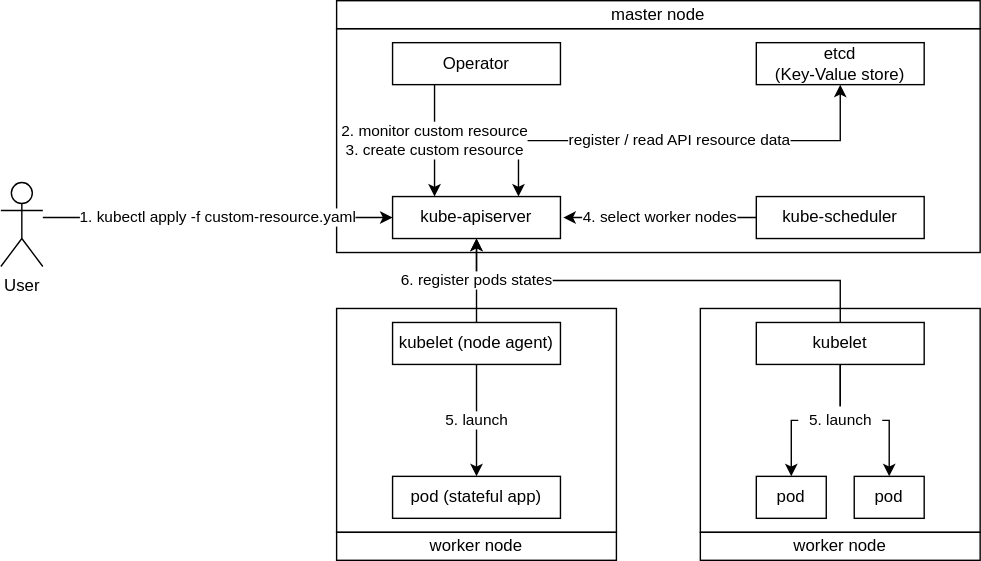
The draw.io diagram Kubernetes/images/operator.drawio.svg in k-makino-jp/sandbox, before a commit. Source tidied: cells renumbered, new cells last; positions are measured from the earlier drawing's top-left corner, leaving out a move shared by most shapes.
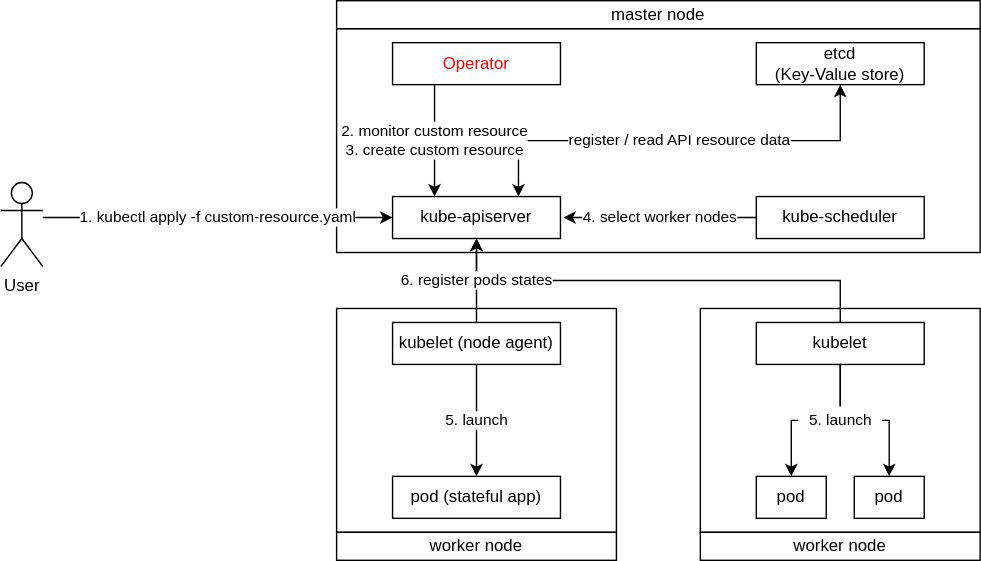
Later version of the same file.

Change to the diagram source:
```diff
@@ -22,7 +22,7 @@
     <mxCell id="7" value="2. monitor custom resource&lt;br&gt;3. create custom resource" style="edgeStyle=orthogonalEdgeStyle;rounded=0;jettySize=auto;html=1;entryX=0.25;entryY=0;entryDx=0;entryDy=0;exitX=0.25;exitY=1;exitDx=0;exitDy=0;" parent="1" edge="1" source="8" target="6">
       <mxGeometry relative="1" as="geometry" />
     </mxCell>
-    <mxCell id="8" value="Operator" style="rounded=0;whiteSpace=wrap;html=1;" parent="1" vertex="1">
+    <mxCell id="8" value="Operator" style="rounded=0;whiteSpace=wrap;html=1;fontColor=#FF0000;" parent="1" vertex="1">
       <mxGeometry x="280" y="30" width="120" height="30" as="geometry" />
     </mxCell>
     <mxCell id="9" value="kube-scheduler" style="rounded=0;whiteSpace=wrap;html=1;" parent="1" vertex="1">
```
